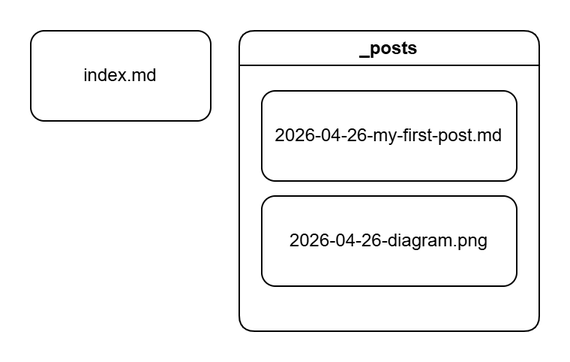
This is assets/2026-04-26-diagram.png from jenda1975/jenda1975.github.io, a draw.io export, as it was before one commit. Source tidied: cells renumbered, new cells last; positions are measured from the earlier drawing's top-left corner, leaving out a move shared by most shapes. Its diagram source:
```xml
<mxGraphModel>
  <root>
    <mxCell id="0" />
    <mxCell id="1" parent="0" />
    <mxCell id="2" value="index.md" style="rounded=1;whiteSpace=wrap;html=1;" parent="1" vertex="1">
      <mxGeometry width="120" height="60" as="geometry" />
    </mxCell>
    <mxCell id="3" value="_posts" style="swimlane;whiteSpace=wrap;html=1;rounded=1;" parent="1" vertex="1">
      <mxGeometry x="139" width="200" height="200" as="geometry" />
    </mxCell>
    <mxCell id="4" value="2026-04-26-my-first-post.md" style="rounded=1;whiteSpace=wrap;html=1;" parent="3" vertex="1">
      <mxGeometry x="15" y="40" width="170" height="60" as="geometry" />
    </mxCell>
    <mxCell id="5" value="2026-04-26-diagram.png" style="rounded=1;whiteSpace=wrap;html=1;" parent="3" vertex="1">
      <mxGeometry x="15" y="110" width="170" height="60" as="geometry" />
    </mxCell>
  </root>
</mxGraphModel>
```
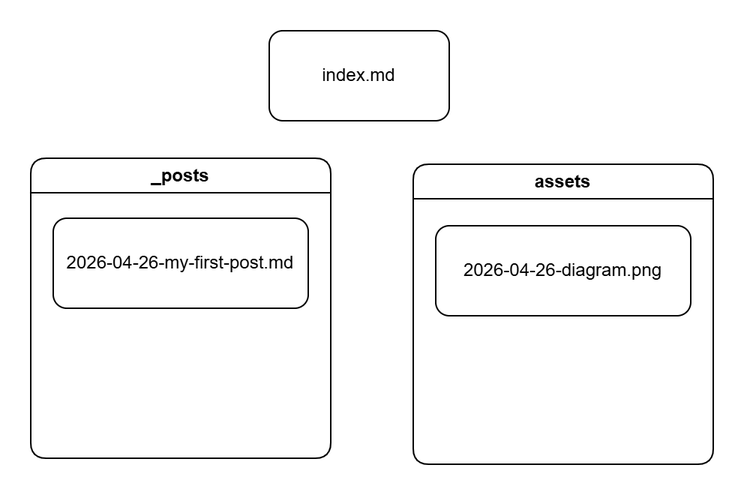
After the commit.

Diff of the diagram source:
```diff
@@ -3,16 +3,19 @@
     <mxCell id="0" />
     <mxCell id="1" parent="0" />
     <mxCell id="2" value="index.md" style="rounded=1;whiteSpace=wrap;html=1;" parent="1" vertex="1">
-      <mxGeometry width="120" height="60" as="geometry" />
+      <mxGeometry x="192" y="-78" width="120" height="60" as="geometry" />
     </mxCell>
     <mxCell id="3" value="_posts" style="swimlane;whiteSpace=wrap;html=1;rounded=1;" parent="1" vertex="1">
-      <mxGeometry x="139" width="200" height="200" as="geometry" />
+      <mxGeometry x="33" y="7" width="200" height="200" as="geometry" />
     </mxCell>
     <mxCell id="4" value="2026-04-26-my-first-post.md" style="rounded=1;whiteSpace=wrap;html=1;" parent="3" vertex="1">
       <mxGeometry x="15" y="40" width="170" height="60" as="geometry" />
     </mxCell>
+    <mxCell id="6" value="assets" style="swimlane;whiteSpace=wrap;html=1;rounded=1;" parent="1" vertex="1">
+      <mxGeometry x="288" y="11" width="200" height="200" as="geometry" />
+    </mxCell>
-    <mxCell id="5" value="2026-04-26-diagram.png" style="rounded=1;whiteSpace=wrap;html=1;" parent="3" vertex="1">
-      <mxGeometry x="15" y="110" width="170" height="60" as="geometry" />
+    <mxCell id="5" value="2026-04-26-diagram.png" style="rounded=1;whiteSpace=wrap;html=1;" parent="6" vertex="1">
+      <mxGeometry x="15" y="41" width="170" height="60" as="geometry" />
     </mxCell>
   </root>
 </mxGraphModel>
```
